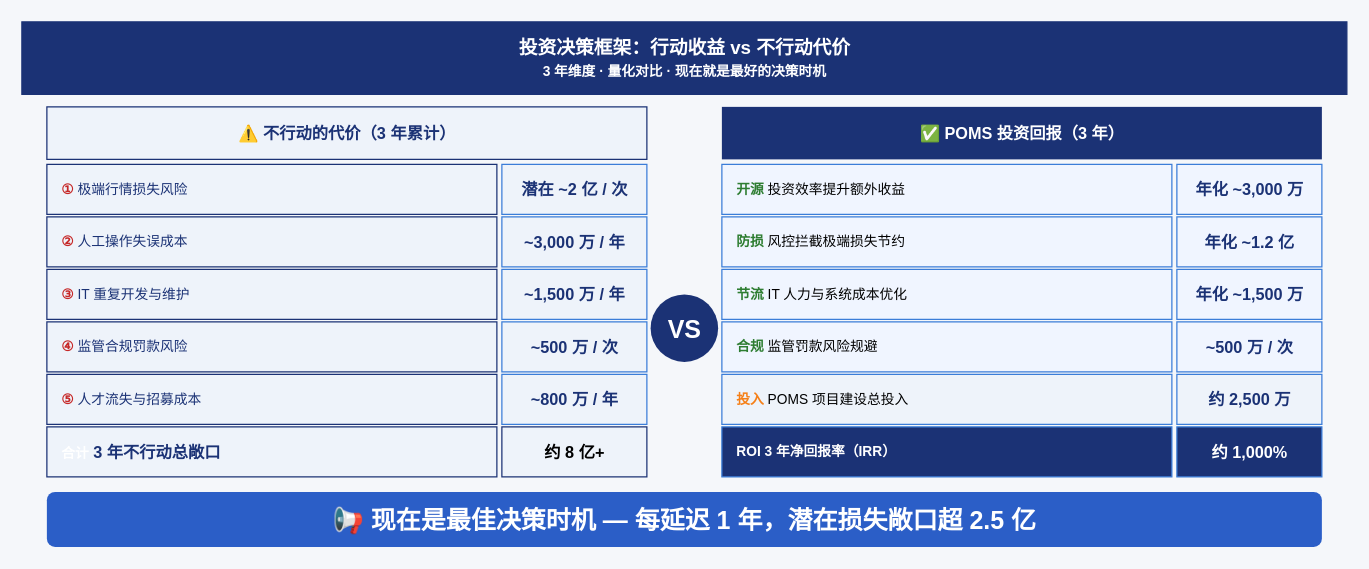
Above: gy/drawio/diagram_5_ROI决策框架.drawio in BellyFish99/ficc-projDocs (draw.io), before the change. Source tidied: cells renumbered, new cells numbered last; positions are measured from the earlier drawing's top-left corner, leaving out a move shared by most shapes. Both pictures are drawn from the tidied source at 125%, with x=0, y=0 at pixel (21, 21).
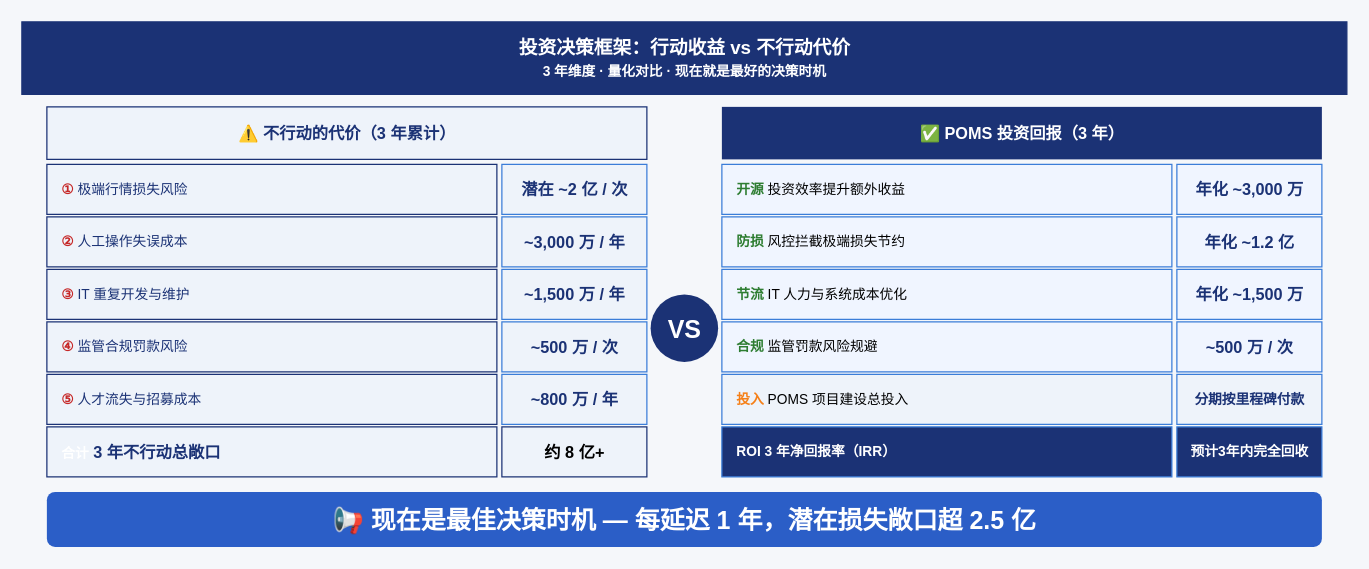
Above is the later version.

What changed in the source:
```diff
@@
-    <mxCell id="26" value="约 2,500 万" style="fillColor=#EEF3FA;strokeColor=#3B7DD8;fontColor=#1B3275;fontSize=13;fontStyle=1;align=center;verticalAlign=middle;html=1;" parent="1" vertex="1">
+    <mxCell id="26" value="分期按里程碑付款" style="fillColor=#EEF3FA;strokeColor=#3B7DD8;fontColor=#1B3275;fontSize=11;fontStyle=1;align=center;verticalAlign=middle;html=1;" parent="1" vertex="1">
       <mxGeometry x="924" y="282" width="116" height="40" as="geometry" />
     </mxCell>
@@
-    <mxCell id="28" value="约 &lt;b&gt;1,000%&lt;/b&gt;" style="fillColor=#1B3275;strokeColor=#3B7DD8;fontColor=#FFFFFF;fontSize=13;fontStyle=1;align=center;verticalAlign=middle;html=1;" parent="1" vertex="1">
+    <mxCell id="28" value="预计3年内完全回收" style="fillColor=#1B3275;strokeColor=#3B7DD8;fontColor=#FFFFFF;fontSize=11;fontStyle=1;align=center;verticalAlign=middle;html=1;" parent="1" vertex="1">
       <mxGeometry x="924" y="324" width="116" height="40" as="geometry" />
     </mxCell>
```
